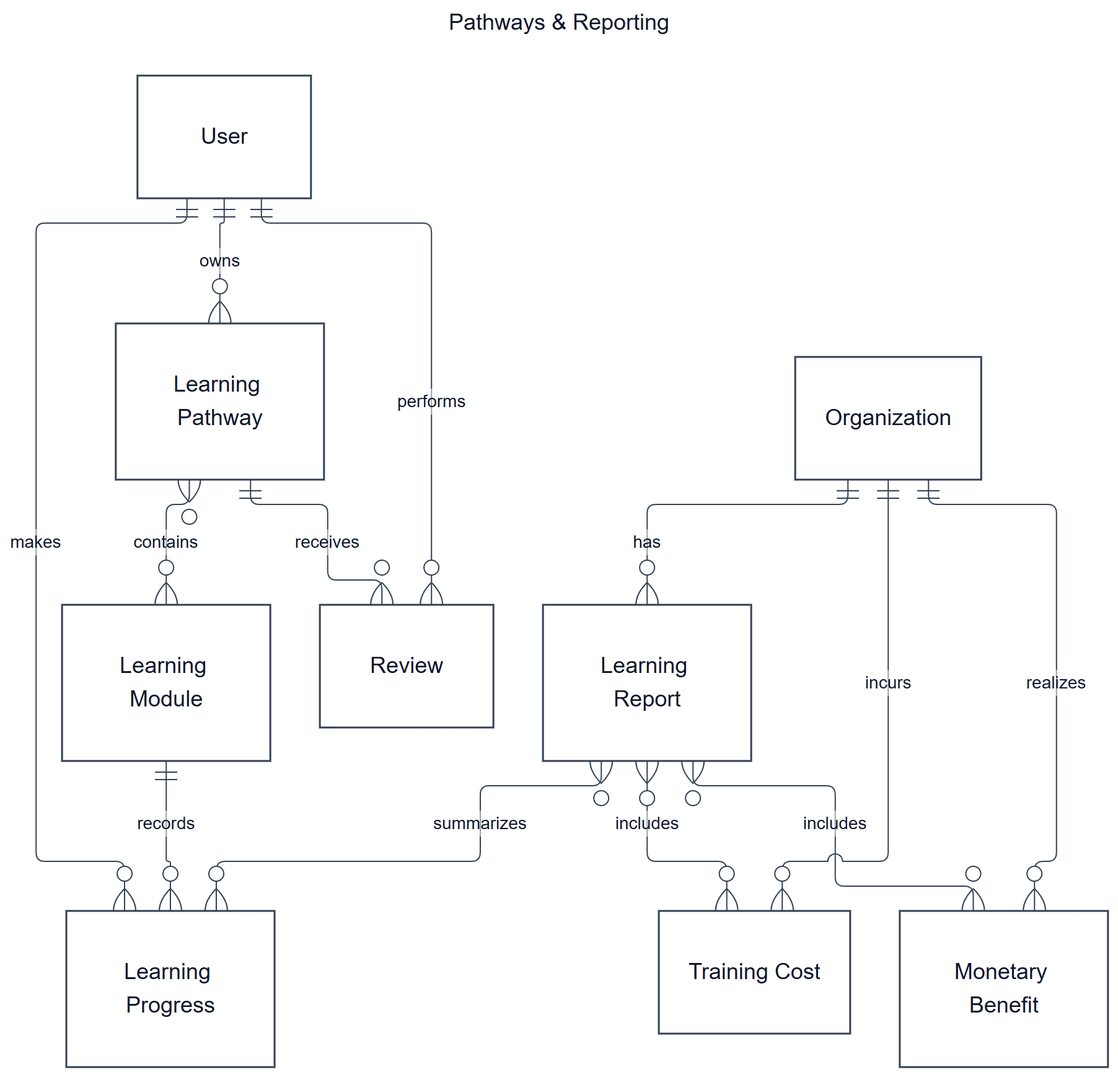
Before: documents/diagrams/mermaid/cerd-04.png, a diagram exported from Mermaid (SEP490-Fall-2026-GFA26SE64/SEP490). Its source is kept beside it as documents/diagrams/mermaid/cerd-04.mmd. The source it was exported from:
```mermaid
---
title: "Pathways & Reporting"
config:
  layout: elk
  look: classic
  theme: base
  fontFamily: "Arial, sans-serif"
  themeCSS: ".node rect { stroke: #334155 !important; stroke-width: 1.5px !important; filter: none !important; }"
  themeVariables: {background: "#ffffff", primaryColor: "#ffffff", primaryTextColor: "#0f172a", primaryBorderColor: "#334155", lineColor: "#334155", textColor: "#0f172a", edgeLabelBackground: "#ffffff", fontSize: "18px"}
  er: {nodeSpacing: 36, rankSpacing: 65, minEntityWidth: 140, diagramPadding: 24}
---
erDiagram
  C04_Organization["Organization"]
  C04_User["User"]
  C04_Pathway["Learning Pathway"]
  C04_Module["Learning Module"]
  C04_Review["Review"]
  C04_Progress["Learning Progress"]
  C04_Report["Learning Report"]
  C04_Cost["Training Cost"]
  C04_Benefit["Monetary Benefit"]
  C04_User ||--o{ C04_Pathway : "owns"
  C04_Pathway }o--o{ C04_Module : "contains"
  C04_User ||--o{ C04_Review : "performs"
  C04_Pathway ||--o{ C04_Review : "receives"
  C04_User ||--o{ C04_Progress : "makes"
  C04_Module ||--o{ C04_Progress : "records"
  C04_Organization ||--o{ C04_Report : "has"
  C04_Report }o--o{ C04_Progress : "summarizes"
  C04_Organization ||--o{ C04_Cost : "incurs"
  C04_Organization ||--o{ C04_Benefit : "realizes"
  C04_Report }o--o{ C04_Cost : "includes"
  C04_Report }o--o{ C04_Benefit : "includes"
```
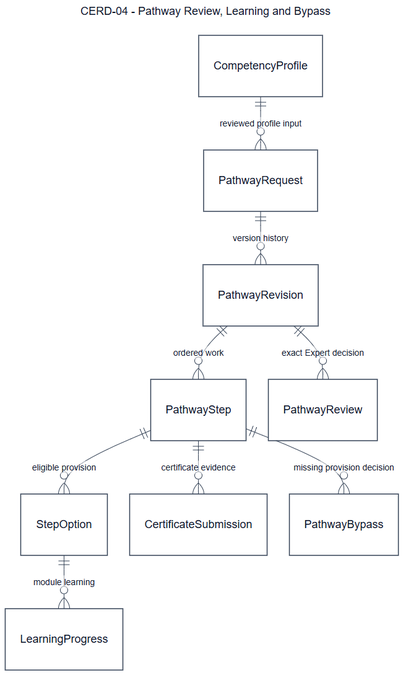
After the commit.

Diff of the diagram source:
```diff
@@ -1,7 +1,7 @@
 ---
-title: "Pathways & Reporting"
+title: "CERD-04 - Pathway Review, Learning and Bypass"
 config:
-  layout: elk
+  layout: dagre
   look: classic
   theme: base
   fontFamily: "Arial, sans-serif"
@@ -10,24 +10,21 @@
   er: {nodeSpacing: 36, rankSpacing: 65, minEntityWidth: 140, diagramPadding: 24}
 ---
 erDiagram
-  C04_Organization["Organization"]
-  C04_User["User"]
-  C04_Pathway["Learning Pathway"]
-  C04_Module["Learning Module"]
-  C04_Review["Review"]
-  C04_Progress["Learning Progress"]
-  C04_Report["Learning Report"]
-  C04_Cost["Training Cost"]
-  C04_Benefit["Monetary Benefit"]
-  C04_User ||--o{ C04_Pathway : "owns"
-  C04_Pathway }o--o{ C04_Module : "contains"
-  C04_User ||--o{ C04_Review : "performs"
-  C04_Pathway ||--o{ C04_Review : "receives"
-  C04_User ||--o{ C04_Progress : "makes"
-  C04_Module ||--o{ C04_Progress : "records"
-  C04_Organization ||--o{ C04_Report : "has"
-  C04_Report }o--o{ C04_Progress : "summarizes"
-  C04_Organization ||--o{ C04_Cost : "incurs"
-  C04_Organization ||--o{ C04_Benefit : "realizes"
-  C04_Report }o--o{ C04_Cost : "includes"
-  C04_Report }o--o{ C04_Benefit : "includes"
+  direction TB
+  CompetencyProfile["CompetencyProfile"]
+  PathwayRequest["PathwayRequest"]
+  PathwayRevision["PathwayRevision"]
+  PathwayStep["PathwayStep"]
+  StepOption["StepOption"]
+  PathwayReview["PathwayReview"]
+  LearningProgress["LearningProgress"]
+  CertificateSubmission["CertificateSubmission"]
+  PathwayBypass["PathwayBypass"]
+  CompetencyProfile ||--o{ PathwayRequest : "reviewed profile input"
+  PathwayRequest ||--o{ PathwayRevision : "version history"
+  PathwayRevision ||--o{ PathwayStep : "ordered work"
+  PathwayRevision ||--o{ PathwayReview : "exact Expert decision"
+  PathwayStep ||--o{ StepOption : "eligible provision"
+  StepOption ||--o{ LearningProgress : "module learning"
+  PathwayStep ||--o{ CertificateSubmission : "certificate evidence"
+  PathwayStep ||--o{ PathwayBypass : "missing provision decision"
```
